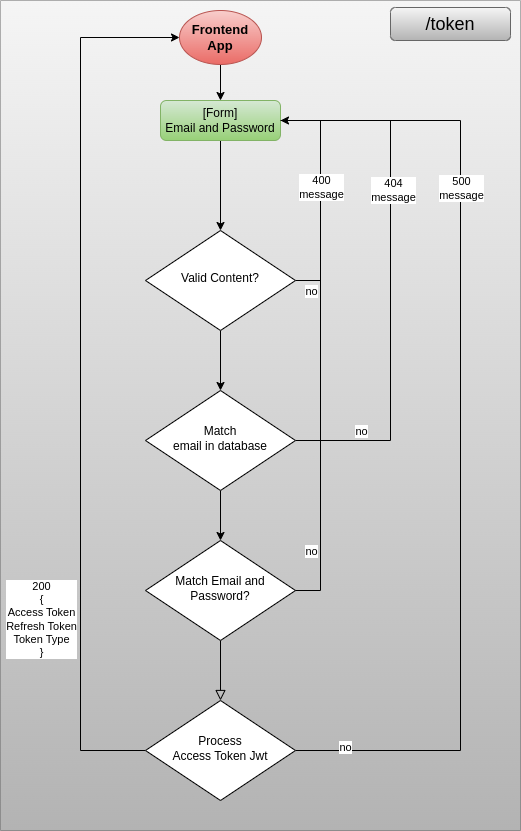
Above: docs/Diagrama de Fluxo AccessToken.png in Fernando-Medeiros/RBI-Auth-Node-API (draw.io), before the change. Source tidied: cells renumbered, new cells last; positions are measured from the earlier drawing's top-left corner, leaving out a move shared by most shapes. Source of this version:
```xml
<mxGraphModel>
  <root>
    <mxCell id="0" />
    <mxCell id="1" parent="0" />
    <mxCell id="2" style="shape=table;startSize=0;rounded=0;glass=0;labelBackgroundColor=none;fillColor=#f5f5f5;gradientColor=#b3b3b3;strokeColor=#666666;" parent="1" vertex="1">
      <mxGeometry width="520" height="830" as="geometry" />
    </mxCell>
    <mxCell id="3" style="shape=tableRow;horizontal=0;startSize=0;swimlaneHead=0;swimlaneBody=0;strokeColor=inherit;top=0;left=0;bottom=0;right=0;fillColor=none;rounded=0;glass=0;labelBackgroundColor=none;fontColor=#000000;" parent="2" vertex="1">
      <mxGeometry width="520" height="830" as="geometry" />
    </mxCell>
    <mxCell id="4" style="shape=partialRectangle;html=1;whiteSpace=wrap;strokeColor=#666666;overflow=hidden;fillColor=#f5f5f5;top=0;left=0;bottom=0;right=0;rounded=0;glass=0;labelBackgroundColor=none;gradientColor=#b3b3b3;" parent="3" vertex="1">
      <mxGeometry width="520" height="830" as="geometry" />
    </mxCell>
    <mxCell id="5" style="rounded=0;html=1;jettySize=auto;fontSize=11;endArrow=block;endFill=0;endSize=8;strokeWidth=1;shadow=0;labelBackgroundColor=none;edgeStyle=orthogonalEdgeStyle;fontColor=#000000;" parent="1" edge="1" source="6" target="14">
      <mxGeometry x="-0.16" y="-10" relative="1" as="geometry" />
    </mxCell>
    <mxCell id="6" value="Match Email and Password?" style="rhombus;whiteSpace=wrap;html=1;shadow=0;fontFamily=Helvetica;fontSize=12;align=center;strokeWidth=1;spacing=6;spacingTop=-4;fontColor=#000000;" parent="1" vertex="1">
      <mxGeometry x="145" y="540" width="150" height="100" as="geometry" />
    </mxCell>
    <mxCell id="7" style="edgeStyle=orthogonalEdgeStyle;rounded=0;jettySize=auto;html=1;entryX=1;entryY=0.5;entryDx=0;entryDy=0;exitX=1;exitY=0.5;exitDx=0;exitDy=0;endArrow=none;endFill=0;fontColor=#000000;fillColor=none;" parent="1" edge="1" source="6" target="18">
      <mxGeometry relative="1" as="geometry">
        <Array as="points">
          <mxPoint x="320" y="590" />
          <mxPoint x="320" y="120" />
        </Array>
      </mxGeometry>
    </mxCell>
    <mxCell id="8" value="no" style="edgeLabel;html=1;align=center;verticalAlign=middle;fontColor=#000000;" parent="7" vertex="1">
      <mxGeometry x="-0.61" y="1" relative="1" as="geometry">
        <mxPoint x="-9" y="41" as="offset" />
      </mxGeometry>
    </mxCell>
    <mxCell id="9" style="edgeStyle=orthogonalEdgeStyle;rounded=0;jettySize=auto;html=1;entryX=0;entryY=0.5;entryDx=0;entryDy=0;fontColor=#000000;endArrow=classic;endFill=1;fillColor=none;" parent="1" edge="1" source="14" target="16">
      <mxGeometry relative="1" as="geometry">
        <Array as="points">
          <mxPoint x="80" y="750" />
          <mxPoint x="80" y="37" />
        </Array>
      </mxGeometry>
    </mxCell>
    <mxCell id="10" value="200&lt;br&gt;{&lt;br&gt;Access Token&lt;br&gt;Refresh Token&lt;br&gt;Token Type&lt;br&gt;}" style="edgeLabel;html=1;align=center;verticalAlign=middle;fontColor=#000000;" parent="9" vertex="1">
      <mxGeometry x="-0.55" y="-1" relative="1" as="geometry">
        <mxPoint x="-41" as="offset" />
      </mxGeometry>
    </mxCell>
    <mxCell id="11" style="edgeStyle=orthogonalEdgeStyle;rounded=0;jettySize=auto;html=1;fontColor=#000000;endArrow=none;endFill=0;fillColor=none;" parent="1" edge="1" source="14">
      <mxGeometry relative="1" as="geometry">
        <mxPoint x="280" y="120" as="targetPoint" />
        <Array as="points">
          <mxPoint x="460" y="750" />
          <mxPoint x="460" y="120" />
        </Array>
      </mxGeometry>
    </mxCell>
    <mxCell id="12" value="no" style="edgeLabel;html=1;align=center;verticalAlign=middle;fontColor=#000000;" parent="11" vertex="1">
      <mxGeometry x="-0.9" y="-3" relative="1" as="geometry">
        <mxPoint x="2" y="-7" as="offset" />
      </mxGeometry>
    </mxCell>
    <mxCell id="13" value="500&lt;br&gt;message" style="edgeLabel;html=1;align=center;verticalAlign=middle;fontColor=#000000;" parent="11" vertex="1">
      <mxGeometry x="0.48" relative="1" as="geometry">
        <mxPoint y="-6" as="offset" />
      </mxGeometry>
    </mxCell>
    <mxCell id="14" value="Process &lt;br&gt;Access Token Jwt" style="rhombus;whiteSpace=wrap;html=1;shadow=0;fontFamily=Helvetica;fontSize=12;align=center;strokeWidth=1;spacing=6;spacingTop=-4;fontColor=#000000;" parent="1" vertex="1">
      <mxGeometry x="145" y="700" width="150" height="100" as="geometry" />
    </mxCell>
    <mxCell id="15" style="edgeStyle=orthogonalEdgeStyle;rounded=0;jettySize=auto;html=1;entryX=0.5;entryY=0;entryDx=0;entryDy=0;fontColor=#000000;endArrow=classic;endFill=1;fillColor=none;" parent="1" edge="1" source="16" target="18">
      <mxGeometry relative="1" as="geometry" />
    </mxCell>
    <mxCell id="16" value="&lt;span style=&quot;font-family: Helvetica; font-size: 13px; font-style: normal; font-variant-ligatures: normal; font-variant-caps: normal; letter-spacing: normal; orphans: 2; text-align: center; text-indent: 0px; text-transform: none; widows: 2; word-spacing: 0px; -webkit-text-stroke-width: 0px; text-decoration-thickness: initial; text-decoration-style: initial; text-decoration-color: initial; float: none; display: inline !important;&quot;&gt;Frontend App&lt;/span&gt;" style="ellipse;whiteSpace=wrap;html=1;fillColor=#f8cecc;gradientColor=#ea6b66;strokeColor=#b85450;fontColor=#000000;labelBackgroundColor=none;fontSize=13;fontStyle=1;" parent="1" vertex="1">
      <mxGeometry x="179" y="10" width="82" height="54" as="geometry" />
    </mxCell>
    <mxCell id="17" style="edgeStyle=orthogonalEdgeStyle;rounded=0;orthogonalLoop=1;jettySize=auto;html=1;fontColor=#000000;endArrow=classic;endFill=1;fillColor=none;" parent="1" edge="1">
      <mxGeometry relative="1" as="geometry">
        <mxPoint x="220" y="140" as="sourcePoint" />
        <mxPoint x="220" y="230" as="targetPoint" />
      </mxGeometry>
    </mxCell>
    <mxCell id="18" value="[Form]&lt;br&gt;Email and Password" style="rounded=1;whiteSpace=wrap;html=1;fontSize=12;glass=0;strokeWidth=1;shadow=0;fillColor=#d5e8d4;gradientColor=#97d077;strokeColor=#82b366;" parent="1" vertex="1">
      <mxGeometry x="160" y="100" width="120" height="40" as="geometry" />
    </mxCell>
    <mxCell id="19" style="edgeStyle=orthogonalEdgeStyle;rounded=0;jettySize=auto;html=1;fontColor=#000000;endArrow=classic;endFill=1;exitX=0.5;exitY=1;exitDx=0;exitDy=0;fillColor=none;" parent="1" edge="1" source="23" target="28">
      <mxGeometry relative="1" as="geometry" />
    </mxCell>
    <mxCell id="20" style="edgeStyle=orthogonalEdgeStyle;rounded=0;jettySize=auto;html=1;entryX=1;entryY=0.5;entryDx=0;entryDy=0;fontColor=#000000;endArrow=classic;endFill=1;fillColor=none;" parent="1" edge="1" source="23" target="18">
      <mxGeometry relative="1" as="geometry">
        <Array as="points">
          <mxPoint x="320" y="280" />
          <mxPoint x="320" y="120" />
        </Array>
      </mxGeometry>
    </mxCell>
    <mxCell id="21" value="no" style="edgeLabel;html=1;align=center;verticalAlign=middle;fontColor=#000000;" parent="20" vertex="1">
      <mxGeometry x="-0.85" y="-1" relative="1" as="geometry">
        <mxPoint x="-1" y="9" as="offset" />
      </mxGeometry>
    </mxCell>
    <mxCell id="22" value="400&lt;br&gt;message" style="edgeLabel;html=1;align=center;verticalAlign=middle;fontColor=#000000;" parent="20" vertex="1">
      <mxGeometry x="-0.05" y="-2" relative="1" as="geometry">
        <mxPoint x="-2" y="-12" as="offset" />
      </mxGeometry>
    </mxCell>
    <mxCell id="23" value="Valid Content?" style="rhombus;whiteSpace=wrap;html=1;shadow=0;fontFamily=Helvetica;fontSize=12;align=center;strokeWidth=1;spacing=6;spacingTop=-4;fontColor=#000000;" parent="1" vertex="1">
      <mxGeometry x="145" y="230" width="150" height="100" as="geometry" />
    </mxCell>
    <mxCell id="24" style="edgeStyle=orthogonalEdgeStyle;rounded=0;jettySize=auto;html=1;fontColor=#000000;endArrow=none;endFill=0;fillColor=none;" parent="1" edge="1" source="28">
      <mxGeometry relative="1" as="geometry">
        <mxPoint x="280" y="120" as="targetPoint" />
        <Array as="points">
          <mxPoint x="390" y="440" />
          <mxPoint x="390" y="120" />
        </Array>
      </mxGeometry>
    </mxCell>
    <mxCell id="25" value="no" style="edgeLabel;html=1;align=center;verticalAlign=middle;fontColor=#000000;" parent="24" vertex="1">
      <mxGeometry x="-0.88" y="-3" relative="1" as="geometry">
        <mxPoint x="33" y="-13" as="offset" />
      </mxGeometry>
    </mxCell>
    <mxCell id="26" value="404&lt;br&gt;message" style="edgeLabel;html=1;align=center;verticalAlign=middle;fontColor=#000000;" parent="24" vertex="1">
      <mxGeometry x="0.06" y="-2" relative="1" as="geometry">
        <mxPoint y="-69" as="offset" />
      </mxGeometry>
    </mxCell>
    <mxCell id="27" style="edgeStyle=orthogonalEdgeStyle;rounded=0;jettySize=auto;html=1;entryX=0.5;entryY=0;entryDx=0;entryDy=0;fontColor=#000000;endArrow=classic;endFill=1;fillColor=none;" parent="1" edge="1" source="28" target="6">
      <mxGeometry relative="1" as="geometry" />
    </mxCell>
    <mxCell id="28" value="Match&lt;br&gt;email in database" style="rhombus;whiteSpace=wrap;html=1;shadow=0;fontFamily=Helvetica;fontSize=12;align=center;strokeWidth=1;spacing=6;spacingTop=-4;rounded=0;verticalAlign=middle;fontColor=#000000;" parent="1" vertex="1">
      <mxGeometry x="145" y="390" width="150" height="100" as="geometry" />
    </mxCell>
    <mxCell id="29" value="/token" style="rounded=1;whiteSpace=wrap;html=1;glass=0;labelBackgroundColor=none;labelBorderColor=none;fontSize=18;fillColor=#f5f5f5;gradientColor=#b3b3b3;strokeColor=#666666;" parent="1" vertex="1">
      <mxGeometry x="390" y="7" width="120" height="33" as="geometry" />
    </mxCell>
  </root>
</mxGraphModel>
```
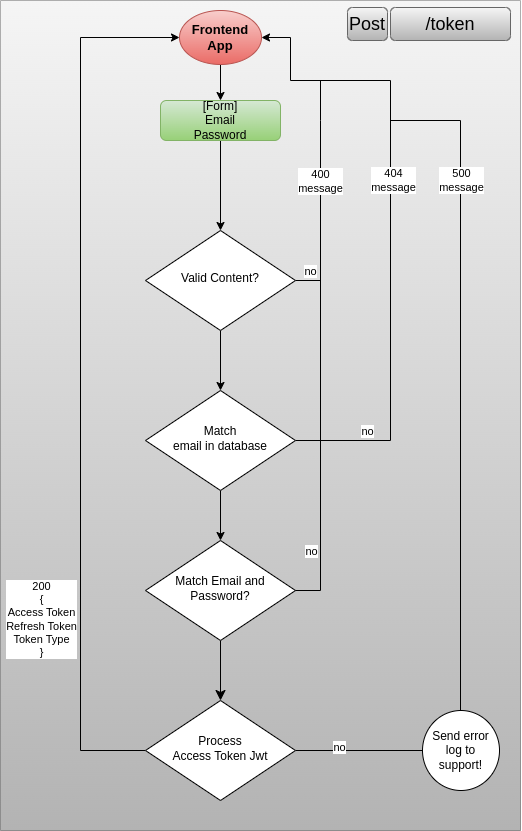
The same diagram one commit later.

Commit message:
docs: add Diagrama -> PostCustomers; update diagramas

The edit, as a diff of the source:
```diff
@@ -11,14 +11,15 @@
     <mxCell id="4" style="shape=partialRectangle;html=1;whiteSpace=wrap;strokeColor=#666666;overflow=hidden;fillColor=#f5f5f5;top=0;left=0;bottom=0;right=0;rounded=0;glass=0;labelBackgroundColor=none;gradientColor=#b3b3b3;" parent="3" vertex="1">
       <mxGeometry width="520" height="830" as="geometry" />
     </mxCell>
-    <mxCell id="5" style="rounded=0;html=1;jettySize=auto;fontSize=11;endArrow=block;endFill=0;endSize=8;strokeWidth=1;shadow=0;labelBackgroundColor=none;edgeStyle=orthogonalEdgeStyle;fontColor=#000000;" parent="1" edge="1" source="6" target="14">
+    <mxCell id="5" style="rounded=0;html=1;jettySize=auto;fontSize=11;endArrow=classic;endFill=1;endSize=8;strokeWidth=1;shadow=0;labelBackgroundColor=none;edgeStyle=orthogonalEdgeStyle;fontColor=#000000;" parent="1" edge="1" source="6" target="14">
       <mxGeometry x="-0.16" y="-10" relative="1" as="geometry" />
     </mxCell>
     <mxCell id="6" value="Match Email and Password?" style="rhombus;whiteSpace=wrap;html=1;shadow=0;fontFamily=Helvetica;fontSize=12;align=center;strokeWidth=1;spacing=6;spacingTop=-4;fontColor=#000000;" parent="1" vertex="1">
       <mxGeometry x="145" y="540" width="150" height="100" as="geometry" />
     </mxCell>
-    <mxCell id="7" style="edgeStyle=orthogonalEdgeStyle;rounded=0;jettySize=auto;html=1;entryX=1;entryY=0.5;entryDx=0;entryDy=0;exitX=1;exitY=0.5;exitDx=0;exitDy=0;endArrow=none;endFill=0;fontColor=#000000;fillColor=none;" parent="1" edge="1" source="6" target="18">
+    <mxCell id="7" style="edgeStyle=orthogonalEdgeStyle;rounded=0;jettySize=auto;html=1;exitX=1;exitY=0.5;exitDx=0;exitDy=0;endArrow=none;endFill=0;fontColor=#000000;fillColor=none;" parent="1" edge="1" source="6">
       <mxGeometry relative="1" as="geometry">
+        <mxPoint x="320" y="80" as="targetPoint" />
         <Array as="points">
           <mxPoint x="320" y="590" />
           <mxPoint x="320" y="120" />
@@ -45,7 +46,7 @@
     </mxCell>
     <mxCell id="11" style="edgeStyle=orthogonalEdgeStyle;rounded=0;jettySize=auto;html=1;fontColor=#000000;endArrow=none;endFill=0;fillColor=none;" parent="1" edge="1" source="14">
       <mxGeometry relative="1" as="geometry">
-        <mxPoint x="280" y="120" as="targetPoint" />
+        <mxPoint x="390" y="120" as="targetPoint" />
         <Array as="points">
           <mxPoint x="460" y="750" />
           <mxPoint x="460" y="120" />
@@ -59,7 +60,7 @@
     </mxCell>
     <mxCell id="13" value="500&lt;br&gt;message" style="edgeLabel;html=1;align=center;verticalAlign=middle;fontColor=#000000;" parent="11" vertex="1">
       <mxGeometry x="0.48" relative="1" as="geometry">
-        <mxPoint y="-6" as="offset" />
+        <mxPoint y="-94" as="offset" />
       </mxGeometry>
     </mxCell>
     <mxCell id="14" value="Process &lt;br&gt;Access Token Jwt" style="rhombus;whiteSpace=wrap;html=1;shadow=0;fontFamily=Helvetica;fontSize=12;align=center;strokeWidth=1;spacing=6;spacingTop=-4;fontColor=#000000;" parent="1" vertex="1">
@@ -77,39 +78,40 @@
         <mxPoint x="220" y="230" as="targetPoint" />
       </mxGeometry>
     </mxCell>
-    <mxCell id="18" value="[Form]&lt;br&gt;Email and Password" style="rounded=1;whiteSpace=wrap;html=1;fontSize=12;glass=0;strokeWidth=1;shadow=0;fillColor=#d5e8d4;gradientColor=#97d077;strokeColor=#82b366;" parent="1" vertex="1">
+    <mxCell id="18" value="[Form]&lt;br&gt;Email&lt;br&gt;Password" style="rounded=1;whiteSpace=wrap;html=1;fontSize=12;glass=0;strokeWidth=1;shadow=0;fillColor=#d5e8d4;gradientColor=#97d077;strokeColor=#82b366;" parent="1" vertex="1">
       <mxGeometry x="160" y="100" width="120" height="40" as="geometry" />
     </mxCell>
     <mxCell id="19" style="edgeStyle=orthogonalEdgeStyle;rounded=0;jettySize=auto;html=1;fontColor=#000000;endArrow=classic;endFill=1;exitX=0.5;exitY=1;exitDx=0;exitDy=0;fillColor=none;" parent="1" edge="1" source="23" target="28">
       <mxGeometry relative="1" as="geometry" />
     </mxCell>
-    <mxCell id="20" style="edgeStyle=orthogonalEdgeStyle;rounded=0;jettySize=auto;html=1;entryX=1;entryY=0.5;entryDx=0;entryDy=0;fontColor=#000000;endArrow=classic;endFill=1;fillColor=none;" parent="1" edge="1" source="23" target="18">
+    <mxCell id="20" style="edgeStyle=orthogonalEdgeStyle;rounded=0;jettySize=auto;html=1;fontColor=#000000;endArrow=none;endFill=0;fillColor=none;" parent="1" edge="1" source="23">
       <mxGeometry relative="1" as="geometry">
+        <mxPoint x="320" y="280" as="targetPoint" />
         <Array as="points">
           <mxPoint x="320" y="280" />
-          <mxPoint x="320" y="120" />
         </Array>
       </mxGeometry>
     </mxCell>
     <mxCell id="21" value="no" style="edgeLabel;html=1;align=center;verticalAlign=middle;fontColor=#000000;" parent="20" vertex="1">
       <mxGeometry x="-0.85" y="-1" relative="1" as="geometry">
-        <mxPoint x="-1" y="9" as="offset" />
+        <mxPoint x="13" y="-11" as="offset" />
       </mxGeometry>
     </mxCell>
     <mxCell id="22" value="400&lt;br&gt;message" style="edgeLabel;html=1;align=center;verticalAlign=middle;fontColor=#000000;" parent="20" vertex="1">
       <mxGeometry x="-0.05" y="-2" relative="1" as="geometry">
-        <mxPoint x="-2" y="-12" as="offset" />
+        <mxPoint x="13" y="-102" as="offset" />
       </mxGeometry>
     </mxCell>
     <mxCell id="23" value="Valid Content?" style="rhombus;whiteSpace=wrap;html=1;shadow=0;fontFamily=Helvetica;fontSize=12;align=center;strokeWidth=1;spacing=6;spacingTop=-4;fontColor=#000000;" parent="1" vertex="1">
       <mxGeometry x="145" y="230" width="150" height="100" as="geometry" />
     </mxCell>
-    <mxCell id="24" style="edgeStyle=orthogonalEdgeStyle;rounded=0;jettySize=auto;html=1;fontColor=#000000;endArrow=none;endFill=0;fillColor=none;" parent="1" edge="1" source="28">
+    <mxCell id="24" style="edgeStyle=orthogonalEdgeStyle;rounded=0;jettySize=auto;html=1;fontColor=#000000;endArrow=classic;endFill=1;fillColor=none;entryX=1;entryY=0.5;entryDx=0;entryDy=0;" parent="1" edge="1" source="28" target="16">
       <mxGeometry relative="1" as="geometry">
-        <mxPoint x="280" y="120" as="targetPoint" />
         <Array as="points">
           <mxPoint x="390" y="440" />
-          <mxPoint x="390" y="120" />
+          <mxPoint x="390" y="80" />
+          <mxPoint x="290" y="80" />
+          <mxPoint x="290" y="37" />
         </Array>
       </mxGeometry>
     </mxCell>
@@ -120,7 +122,7 @@
     </mxCell>
     <mxCell id="26" value="404&lt;br&gt;message" style="edgeLabel;html=1;align=center;verticalAlign=middle;fontColor=#000000;" parent="24" vertex="1">
       <mxGeometry x="0.06" y="-2" relative="1" as="geometry">
-        <mxPoint y="-69" as="offset" />
+        <mxPoint y="-24" as="offset" />
       </mxGeometry>
     </mxCell>
     <mxCell id="27" style="edgeStyle=orthogonalEdgeStyle;rounded=0;jettySize=auto;html=1;entryX=0.5;entryY=0;entryDx=0;entryDy=0;fontColor=#000000;endArrow=classic;endFill=1;fillColor=none;" parent="1" edge="1" source="28" target="6">
@@ -132,5 +134,11 @@
     <mxCell id="29" value="/token" style="rounded=1;whiteSpace=wrap;html=1;glass=0;labelBackgroundColor=none;labelBorderColor=none;fontSize=18;fillColor=#f5f5f5;gradientColor=#b3b3b3;strokeColor=#666666;" parent="1" vertex="1">
       <mxGeometry x="390" y="7" width="120" height="33" as="geometry" />
     </mxCell>
+    <mxCell id="30" value="Post" style="rounded=1;whiteSpace=wrap;html=1;glass=0;labelBackgroundColor=none;labelBorderColor=none;fontSize=18;fillColor=#f5f5f5;strokeColor=#666666;gradientColor=#b3b3b3;" parent="1" vertex="1">
+      <mxGeometry x="347" y="7" width="40" height="33" as="geometry" />
+    </mxCell>
+    <mxCell id="31" value="Send error log to support!" style="ellipse;whiteSpace=wrap;html=1;" parent="1" vertex="1">
+      <mxGeometry x="422" y="710" width="77" height="80" as="geometry" />
+    </mxCell>
   </root>
 </mxGraphModel>
```
